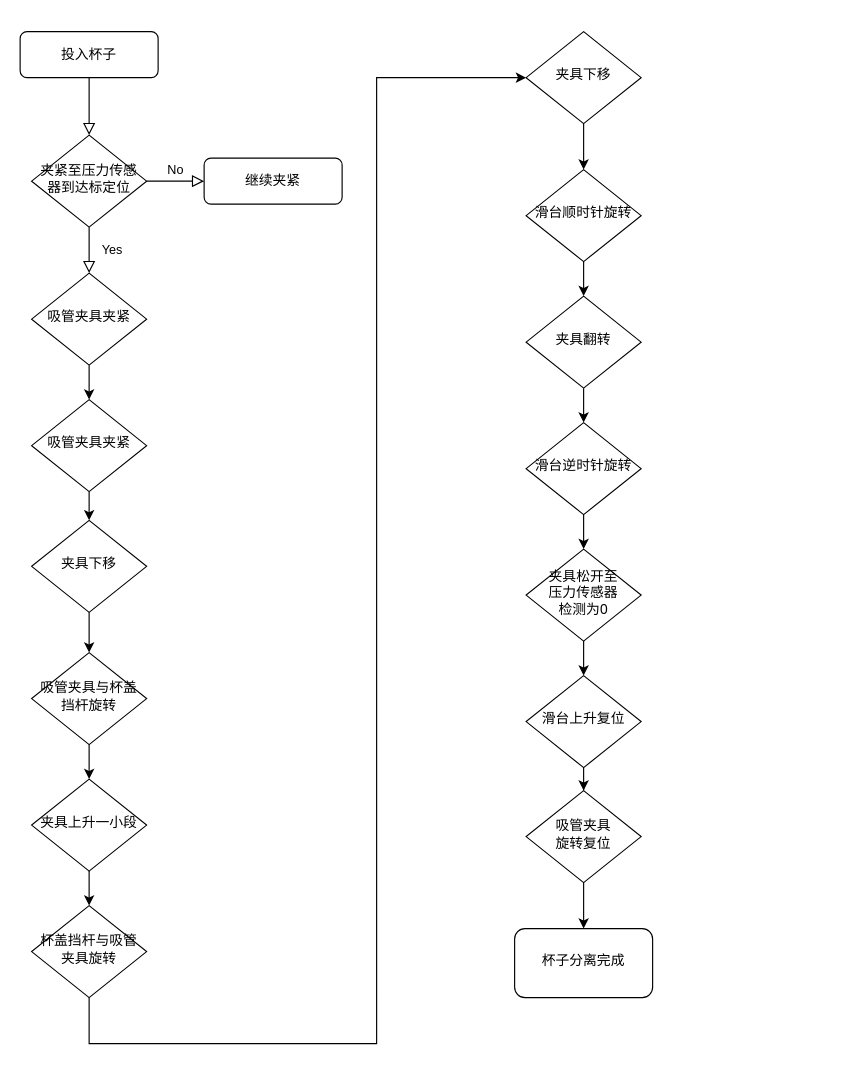
Earlier version of the draw.io diagram 新方案流程图.drawio (x1528045870/x1528045870). Source tidied: cells renumbered, new cells numbered last; positions are measured from the earlier drawing's top-left corner, leaving out a move shared by most shapes. Both pictures are drawn from the tidied source at 115%, with x=0, y=0 at pixel (20, 31).
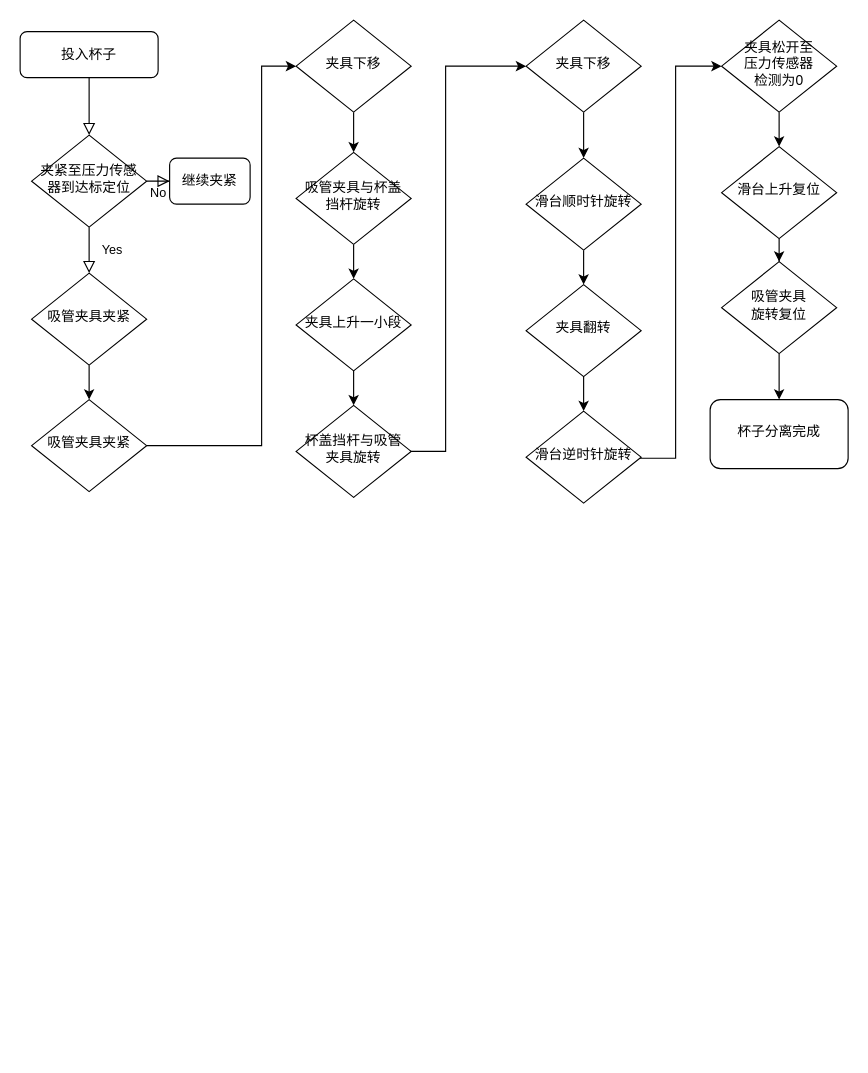
After the change.

Commit message (it also covers changes not shown here):
更新新方案流程图.drawio

The change refers to these unchanged cells:
```xml
<mxCell id="11" value="吸管夹具夹紧" style="rhombus;whiteSpace=wrap;html=1;shadow=0;fontFamily=Helvetica;fontSize=12;align=center;strokeWidth=1;spacing=6;spacingTop=-4;" parent="1" vertex="1">
  <mxGeometry x="10" y="320" width="100" height="80" as="geometry" />
</mxCell>
```

What changed in the source:
```diff
@@
     <mxCell id="7" value="继续夹紧" style="rounded=1;whiteSpace=wrap;html=1;fontSize=12;glass=0;strokeWidth=1;shadow=0;" parent="1" vertex="1">
-      <mxGeometry x="160" y="110" width="120" height="40" as="geometry" />
+      <mxGeometry x="130" y="110" width="70" height="40" as="geometry" />
     </mxCell>
@@
     <mxCell id="10" style="edgeStyle=orthogonalEdgeStyle;rounded=0;jettySize=auto;html=1;" parent="1" edge="1" source="11" target="13">
-      <mxGeometry relative="1" as="geometry" />
+      <mxGeometry relative="1" as="geometry">
+        <Array as="points">
+          <mxPoint x="210" y="360" />
+          <mxPoint x="210" y="30" />
+        </Array>
+      </mxGeometry>
     </mxCell>
@@
     <mxCell id="13" value="夹具下移" style="rhombus;whiteSpace=wrap;html=1;shadow=0;fontFamily=Helvetica;fontSize=12;align=center;strokeWidth=1;spacing=6;spacingTop=-4;" parent="1" vertex="1">
-      <mxGeometry x="10" y="425" width="100" height="80" as="geometry" />
+      <mxGeometry x="240" y="-10" width="100" height="80" as="geometry" />
     </mxCell>
@@
     <mxCell id="15" value="吸管夹具与杯盖挡杆旋转" style="rhombus;whiteSpace=wrap;html=1;shadow=0;fontFamily=Helvetica;fontSize=12;align=center;strokeWidth=1;spacing=6;spacingTop=-4;" parent="1" vertex="1">
-      <mxGeometry x="10" y="540" width="100" height="80" as="geometry" />
+      <mxGeometry x="240" y="105" width="100" height="80" as="geometry" />
     </mxCell>
@@
     <mxCell id="17" value="夹具上升一小段" style="rhombus;whiteSpace=wrap;html=1;shadow=0;fontFamily=Helvetica;fontSize=12;align=center;strokeWidth=1;spacing=6;spacingTop=-4;" parent="1" vertex="1">
-      <mxGeometry x="10" y="650" width="100" height="80" as="geometry" />
+      <mxGeometry x="240" y="215" width="100" height="80" as="geometry" />
     </mxCell>
     <mxCell id="18" style="edgeStyle=orthogonalEdgeStyle;rounded=0;jettySize=auto;html=1;exitX=0.5;exitY=1;exitDx=0;exitDy=0;" parent="1" edge="1" source="19" target="21">
       <mxGeometry relative="1" as="geometry">
         <Array as="points">
-          <mxPoint x="60" y="880" />
-          <mxPoint x="310" y="880" />
-          <mxPoint x="310" y="40" />
+          <mxPoint x="290" y="365" />
+          <mxPoint x="370" y="365" />
+          <mxPoint x="370" y="30" />
         </Array>
       </mxGeometry>
     </mxCell>
     <mxCell id="19" value="杯盖挡杆与吸管夹具旋转" style="rhombus;whiteSpace=wrap;html=1;shadow=0;fontFamily=Helvetica;fontSize=12;align=center;strokeWidth=1;spacing=6;spacingTop=-4;" parent="1" vertex="1">
-      <mxGeometry x="10" y="760" width="100" height="80" as="geometry" />
+      <mxGeometry x="240" y="325" width="100" height="80" as="geometry" />
     </mxCell>
@@
     <mxCell id="21" value="夹具下移" style="rhombus;whiteSpace=wrap;html=1;shadow=0;fontFamily=Helvetica;fontSize=12;align=center;strokeWidth=1;spacing=6;spacingTop=-4;" parent="1" vertex="1">
-      <mxGeometry x="440" width="100" height="80" as="geometry" />
+      <mxGeometry x="440" y="-10" width="100" height="80" as="geometry" />
     </mxCell>
@@
     <mxCell id="23" value="滑台顺时针旋转" style="rhombus;whiteSpace=wrap;html=1;shadow=0;fontFamily=Helvetica;fontSize=12;align=center;strokeWidth=1;spacing=6;spacingTop=-4;" parent="1" vertex="1">
-      <mxGeometry x="440" y="120" width="100" height="80" as="geometry" />
+      <mxGeometry x="440" y="110" width="100" height="80" as="geometry" />
     </mxCell>
@@
     <mxCell id="25" value="夹具翻转" style="rhombus;whiteSpace=wrap;html=1;shadow=0;fontFamily=Helvetica;fontSize=12;align=center;strokeWidth=1;spacing=6;spacingTop=-4;" parent="1" vertex="1">
-      <mxGeometry x="440" y="230" width="100" height="80" as="geometry" />
+      <mxGeometry x="440" y="220" width="100" height="80" as="geometry" />
     </mxCell>
-    <mxCell id="26" style="edgeStyle=orthogonalEdgeStyle;rounded=0;jettySize=auto;html=1;" parent="1" edge="1" source="27" target="29">
-      <mxGeometry relative="1" as="geometry" />
+    <mxCell id="26" style="edgeStyle=orthogonalEdgeStyle;rounded=0;jettySize=auto;html=1;entryX=0;entryY=0.5;entryDx=0;entryDy=0;" parent="1" edge="1" target="29">
+      <mxGeometry relative="1" as="geometry">
+        <mxPoint x="480" y="370" as="sourcePoint" />
+        <Array as="points">
+          <mxPoint x="570" y="371" />
+          <mxPoint x="570" y="30" />
+        </Array>
+      </mxGeometry>
     </mxCell>
     <mxCell id="27" value="滑台逆时针旋转" style="rhombus;whiteSpace=wrap;html=1;shadow=0;fontFamily=Helvetica;fontSize=12;align=center;strokeWidth=1;spacing=6;spacingTop=-4;" parent="1" vertex="1">
-      <mxGeometry x="440" y="340" width="100" height="80" as="geometry" />
+      <mxGeometry x="440" y="330" width="100" height="80" as="geometry" />
     </mxCell>
@@
     <mxCell id="29" value="夹具松开至&lt;br&gt;压力传感器&lt;br&gt;检测为0" style="rhombus;whiteSpace=wrap;html=1;shadow=0;fontFamily=Helvetica;fontSize=12;align=center;strokeWidth=1;spacing=6;spacingTop=-4;" parent="1" vertex="1">
-      <mxGeometry x="440" y="450" width="100" height="80" as="geometry" />
+      <mxGeometry x="610" y="-10" width="100" height="80" as="geometry" />
     </mxCell>
@@
     <mxCell id="31" value="滑台上升复位" style="rhombus;whiteSpace=wrap;html=1;shadow=0;fontFamily=Helvetica;fontSize=12;align=center;strokeWidth=1;spacing=6;spacingTop=-4;" parent="1" vertex="1">
-      <mxGeometry x="440" y="560" width="100" height="80" as="geometry" />
+      <mxGeometry x="610" y="100" width="100" height="80" as="geometry" />
     </mxCell>
@@
     <mxCell id="33" value="吸管夹具&lt;br&gt;旋转复位" style="rhombus;whiteSpace=wrap;html=1;shadow=0;fontFamily=Helvetica;fontSize=12;align=center;strokeWidth=1;spacing=6;spacingTop=-4;" parent="1" vertex="1">
-      <mxGeometry x="440" y="660" width="100" height="80" as="geometry" />
+      <mxGeometry x="610" y="200" width="100" height="80" as="geometry" />
     </mxCell>
     <mxCell id="34" value="杯子分离完成" style="rounded=1;whiteSpace=wrap;html=1;shadow=0;strokeWidth=1;spacing=6;spacingTop=-4;" parent="1" vertex="1">
-      <mxGeometry x="430" y="780" width="120" height="60" as="geometry" />
+      <mxGeometry x="600" y="320" width="120" height="60" as="geometry" />
     </mxCell>
```
